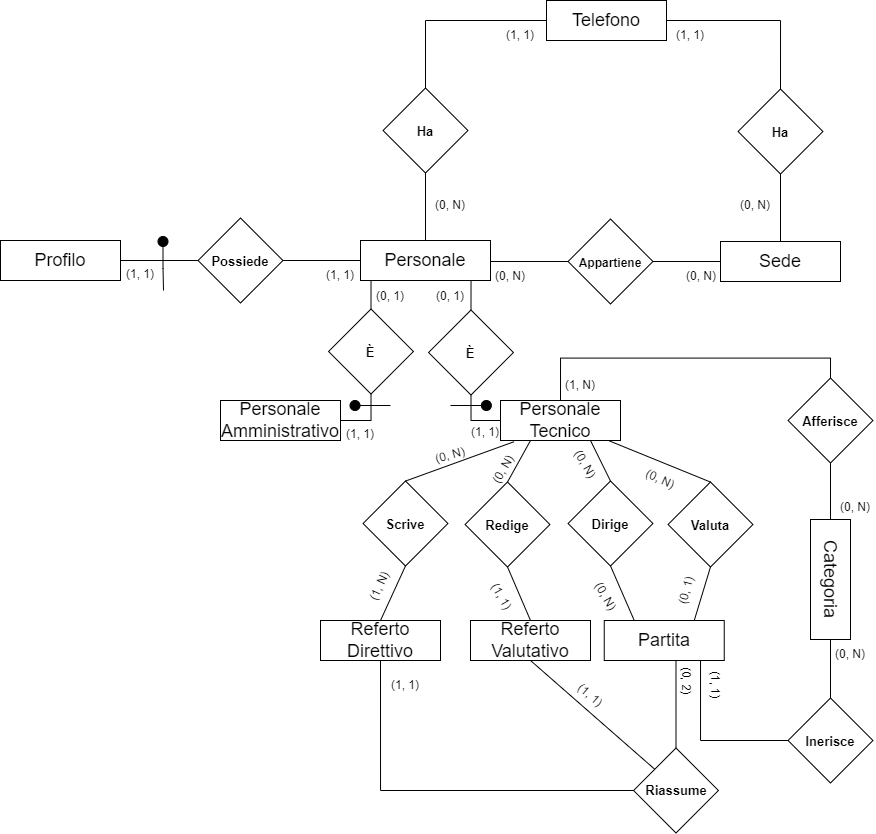
The draw.io diagram ERDiagram/WhistleERRistrutturato.drawio.png in savernike/DiagramsSet, before a commit. Source tidied: cells renumbered, new cells last; positions are measured from the earlier drawing's top-left corner, leaving out a move shared by most shapes.
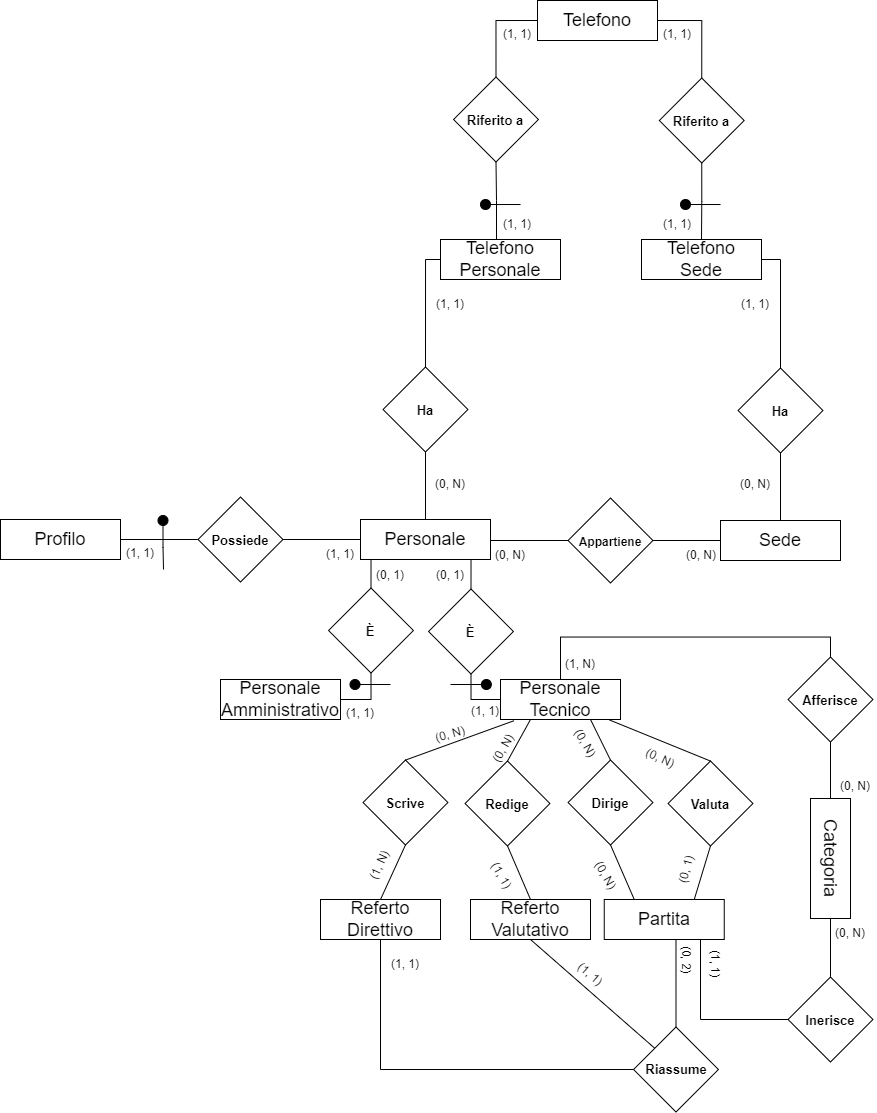
Later version of the same file.

Commit message:
Separazione in figli di Telefono

What changed in the source:
```diff
@@ -202,15 +202,15 @@
     <mxCell id="64" value="(0, 2)" style="text;strokeColor=none;align=center;fillColor=none;html=1;verticalAlign=middle;whiteSpace=wrap;rounded=0;rotation=90;" parent="1" vertex="1">
       <mxGeometry x="665.5" y="665" width="40" height="30" as="geometry" />
     </mxCell>
-    <mxCell id="65" style="edgeStyle=orthogonalEdgeStyle;shape=connector;rounded=0;jettySize=auto;html=1;exitX=1;exitY=0.5;exitDx=0;exitDy=0;entryX=0;entryY=0;entryDx=0;entryDy=0;labelBackgroundColor=default;strokeColor=default;fontFamily=Helvetica;fontSize=11;fontColor=default;endArrow=none;endFill=0;" parent="1" edge="1" source="66" target="71">
-      <mxGeometry relative="1" as="geometry" />
-    </mxCell>
+    <mxCell id="98" style="edgeStyle=orthogonalEdgeStyle;shape=connector;rounded=0;jettySize=auto;html=1;exitX=0;exitY=0.5;exitDx=0;exitDy=0;entryX=0;entryY=0;entryDx=0;entryDy=0;labelBackgroundColor=default;strokeColor=default;fontFamily=Helvetica;fontSize=11;fontColor=default;endArrow=none;endFill=0;" parent="1" edge="1" source="66" target="105">
+      <mxGeometry relative="1" as="geometry" />
+    </mxCell>
+    <mxCell id="99" style="edgeStyle=orthogonalEdgeStyle;shape=connector;rounded=0;jettySize=auto;html=1;exitX=1;exitY=0.5;exitDx=0;exitDy=0;entryX=0;entryY=0;entryDx=0;entryDy=0;labelBackgroundColor=default;strokeColor=default;fontFamily=Helvetica;fontSize=11;fontColor=default;endArrow=none;endFill=0;" parent="1" edge="1" source="66" target="108">
+      <mxGeometry relative="1" as="geometry" />
+    </mxCell>
     <mxCell id="66" value="&lt;font style=&quot;font-size: 18px;&quot;&gt;Telefono&lt;/font&gt;" style="rounded=0;whiteSpace=wrap;html=1;fontFamily=Helvetica;fontSize=11;fontColor=default;rotation=0;" parent="1" vertex="1">
-      <mxGeometry x="546" width="120" height="40" as="geometry" />
+      <mxGeometry x="537" y="-279" width="120" height="40" as="geometry" />
     </mxCell>
-    <mxCell id="67" style="edgeStyle=orthogonalEdgeStyle;shape=connector;rounded=0;jettySize=auto;html=1;exitX=0;exitY=0;exitDx=0;exitDy=0;entryX=0;entryY=0.5;entryDx=0;entryDy=0;labelBackgroundColor=default;strokeColor=default;fontFamily=Helvetica;fontSize=11;fontColor=default;endArrow=none;endFill=0;" parent="1" edge="1" source="68" target="66">
-      <mxGeometry relative="1" as="geometry" />
-    </mxCell>
     <mxCell id="68" style="whiteSpace=wrap;html=1;fontFamily=Helvetica;fontSize=11;fontColor=default;rotation=45;" parent="1" vertex="1">
       <mxGeometry x="395" y="100" width="60" height="60" as="geometry" />
     </mxCell>
@@ -230,13 +230,13 @@
       <mxGeometry x="430" y="190" width="40" height="30" as="geometry" />
     </mxCell>
     <mxCell id="74" value="(1, 1)" style="text;strokeColor=none;align=center;fillColor=none;html=1;verticalAlign=middle;whiteSpace=wrap;rounded=0;rotation=0;" parent="1" vertex="1">
-      <mxGeometry x="500" y="20" width="40" height="30" as="geometry" />
+      <mxGeometry x="430" y="10" width="40" height="30" as="geometry" />
     </mxCell>
     <mxCell id="75" value="(0, N)" style="text;strokeColor=none;align=center;fillColor=none;html=1;verticalAlign=middle;whiteSpace=wrap;rounded=0;rotation=0;" parent="1" vertex="1">
       <mxGeometry x="735" y="190" width="40" height="30" as="geometry" />
     </mxCell>
     <mxCell id="76" value="(1, 1)" style="text;strokeColor=none;align=center;fillColor=none;html=1;verticalAlign=middle;whiteSpace=wrap;rounded=0;rotation=0;" parent="1" vertex="1">
-      <mxGeometry x="670" y="20" width="40" height="30" as="geometry" />
+      <mxGeometry x="735" y="10" width="40" height="30" as="geometry" />
     </mxCell>
     <mxCell id="77" style="whiteSpace=wrap;html=1;fontFamily=Helvetica;fontSize=11;fontColor=default;rotation=45;" parent="1" vertex="1">
       <mxGeometry x="340.5" y="321" width="60" height="60" as="geometry" />
@@ -307,5 +307,76 @@
     <mxCell id="97" value="(0, 1)" style="text;strokeColor=none;align=center;fillColor=none;html=1;verticalAlign=middle;whiteSpace=wrap;rounded=0;rotation=-75;" parent="1" vertex="1">
       <mxGeometry x="666" y="575" width="40" height="30" as="geometry" />
     </mxCell>
+    <mxCell id="100" style="edgeStyle=orthogonalEdgeStyle;rounded=0;jettySize=auto;html=1;exitX=0;exitY=0.5;exitDx=0;exitDy=0;entryX=0;entryY=0;entryDx=0;entryDy=0;endArrow=none;endFill=0;" parent="1" edge="1" source="102" target="68">
+      <mxGeometry relative="1" as="geometry">
+        <Array as="points">
+          <mxPoint x="425" y="-20" />
+        </Array>
+      </mxGeometry>
+    </mxCell>
+    <mxCell id="101" style="edgeStyle=orthogonalEdgeStyle;shape=connector;rounded=0;jettySize=auto;html=1;exitX=0.5;exitY=0;exitDx=0;exitDy=0;entryX=1;entryY=1;entryDx=0;entryDy=0;labelBackgroundColor=default;strokeColor=default;fontFamily=Helvetica;fontSize=11;fontColor=default;endArrow=none;endFill=0;" parent="1" edge="1" source="102" target="105">
+      <mxGeometry relative="1" as="geometry">
+        <Array as="points">
+          <mxPoint x="496" y="-40" />
+          <mxPoint x="496" y="-79" />
+        </Array>
+      </mxGeometry>
+    </mxCell>
+    <mxCell id="102" value="&lt;font style=&quot;font-size: 18px;&quot;&gt;Telefono Personale&lt;/font&gt;" style="rounded=0;whiteSpace=wrap;html=1;fontFamily=Helvetica;fontSize=11;fontColor=default;rotation=0;" parent="1" vertex="1">
+      <mxGeometry x="440" y="-40" width="120" height="40" as="geometry" />
+    </mxCell>
+    <mxCell id="103" style="edgeStyle=orthogonalEdgeStyle;shape=connector;rounded=0;jettySize=auto;html=1;exitX=1;exitY=0.5;exitDx=0;exitDy=0;entryX=0;entryY=0;entryDx=0;entryDy=0;labelBackgroundColor=default;strokeColor=default;fontFamily=Helvetica;fontSize=11;fontColor=default;endArrow=none;endFill=0;" parent="1" edge="1" source="104" target="71">
+      <mxGeometry relative="1" as="geometry">
+        <Array as="points">
+          <mxPoint x="780" y="-20" />
+        </Array>
+      </mxGeometry>
+    </mxCell>
+    <mxCell id="104" value="&lt;font style=&quot;font-size: 18px;&quot;&gt;Telefono &lt;br&gt;Sede&lt;/font&gt;" style="rounded=0;whiteSpace=wrap;html=1;fontFamily=Helvetica;fontSize=11;fontColor=default;rotation=0;" parent="1" vertex="1">
+      <mxGeometry x="641" y="-40" width="120" height="40" as="geometry" />
+    </mxCell>
+    <mxCell id="105" style="whiteSpace=wrap;html=1;fontFamily=Helvetica;fontSize=11;fontColor=default;rotation=45;" parent="1" vertex="1">
+      <mxGeometry x="465.5" y="-190" width="60" height="60" as="geometry" />
+    </mxCell>
+    <mxCell id="106" value="&lt;span style=&quot;font-size: 13px;&quot;&gt;&lt;b&gt;Riferito a&lt;/b&gt;&lt;/span&gt;" style="text;strokeColor=none;align=center;fillColor=none;html=1;verticalAlign=middle;whiteSpace=wrap;rounded=0;fontSize=11;fontFamily=Helvetica;fontColor=default;" parent="1" vertex="1">
+      <mxGeometry x="465" y="-174" width="60" height="30" as="geometry" />
+    </mxCell>
+    <mxCell id="107" style="edgeStyle=orthogonalEdgeStyle;shape=connector;rounded=0;jettySize=auto;html=1;exitX=1;exitY=1;exitDx=0;exitDy=0;entryX=0.5;entryY=0;entryDx=0;entryDy=0;labelBackgroundColor=default;strokeColor=default;fontFamily=Helvetica;fontSize=11;fontColor=default;endArrow=none;endFill=0;" parent="1" edge="1" source="108" target="104">
+      <mxGeometry relative="1" as="geometry" />
+    </mxCell>
+    <mxCell id="108" style="whiteSpace=wrap;html=1;fontFamily=Helvetica;fontSize=11;fontColor=default;rotation=45;" parent="1" vertex="1">
+      <mxGeometry x="671.2" y="-189" width="60" height="60" as="geometry" />
+    </mxCell>
+    <mxCell id="109" value="&lt;span style=&quot;font-size: 13px;&quot;&gt;&lt;b&gt;Riferito a&lt;/b&gt;&lt;/span&gt;" style="text;strokeColor=none;align=center;fillColor=none;html=1;verticalAlign=middle;whiteSpace=wrap;rounded=0;fontSize=11;fontFamily=Helvetica;fontColor=default;" parent="1" vertex="1">
+      <mxGeometry x="670.8" y="-173" width="60" height="30" as="geometry" />
+    </mxCell>
+    <mxCell id="110" value="(1, 1)" style="text;strokeColor=none;align=center;fillColor=none;html=1;verticalAlign=middle;whiteSpace=wrap;rounded=0;rotation=0;" parent="1" vertex="1">
+      <mxGeometry x="497" y="-260" width="40" height="30" as="geometry" />
+    </mxCell>
+    <mxCell id="111" value="(1, 1)" style="text;strokeColor=none;align=center;fillColor=none;html=1;verticalAlign=middle;whiteSpace=wrap;rounded=0;rotation=0;" parent="1" vertex="1">
+      <mxGeometry x="657" y="-260" width="40" height="30" as="geometry" />
+    </mxCell>
+    <mxCell id="112" value="(1, 1)" style="text;strokeColor=none;align=center;fillColor=none;html=1;verticalAlign=middle;whiteSpace=wrap;rounded=0;rotation=0;" parent="1" vertex="1">
+      <mxGeometry x="657" y="-70" width="40" height="30" as="geometry" />
+    </mxCell>
+    <mxCell id="113" value="(1, 1)" style="text;strokeColor=none;align=center;fillColor=none;html=1;verticalAlign=middle;whiteSpace=wrap;rounded=0;rotation=0;" parent="1" vertex="1">
+      <mxGeometry x="497" y="-70" width="40" height="30" as="geometry" />
+    </mxCell>
+    <mxCell id="114" style="edgeStyle=orthogonalEdgeStyle;shape=connector;rounded=0;jettySize=auto;html=1;exitX=1;exitY=0.5;exitDx=0;exitDy=0;labelBackgroundColor=default;strokeColor=default;fontFamily=Helvetica;fontSize=11;fontColor=default;endArrow=none;endFill=0;" parent="1" edge="1" source="115">
+      <mxGeometry relative="1" as="geometry">
+        <mxPoint x="520" y="-75" as="targetPoint" />
+      </mxGeometry>
+    </mxCell>
+    <mxCell id="115" style="ellipse;whiteSpace=wrap;html=1;fontFamily=Helvetica;fontSize=11;fontColor=default;fillColor=#000000;" parent="1" vertex="1">
+      <mxGeometry x="480" y="-80" width="10" height="10" as="geometry" />
+    </mxCell>
+    <mxCell id="116" style="edgeStyle=orthogonalEdgeStyle;shape=connector;rounded=0;jettySize=auto;html=1;exitX=1;exitY=0.5;exitDx=0;exitDy=0;labelBackgroundColor=default;strokeColor=default;fontFamily=Helvetica;fontSize=11;fontColor=default;endArrow=none;endFill=0;" parent="1" edge="1" source="117">
+      <mxGeometry relative="1" as="geometry">
+        <mxPoint x="720" y="-75" as="targetPoint" />
+      </mxGeometry>
+    </mxCell>
+    <mxCell id="117" style="ellipse;whiteSpace=wrap;html=1;fontFamily=Helvetica;fontSize=11;fontColor=default;fillColor=#000000;" parent="1" vertex="1">
+      <mxGeometry x="680" y="-80" width="10" height="10" as="geometry" />
+    </mxCell>
   </root>
 </mxGraphModel>
```
